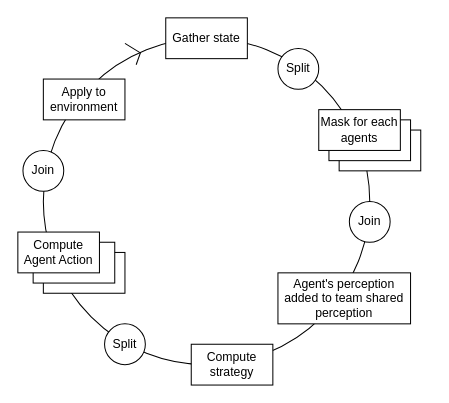
The draw.io diagram Documentation/application_cycle.drawio in kalharko/pAIcman, before the edit. Source tidied: cells renumbered, new cells numbered last; positions are measured from the earlier drawing's top-left corner, leaving out a move shared by most shapes. Both pictures are drawn from the tidied source at 102%, with x=0, y=0 at pixel (17, 17).
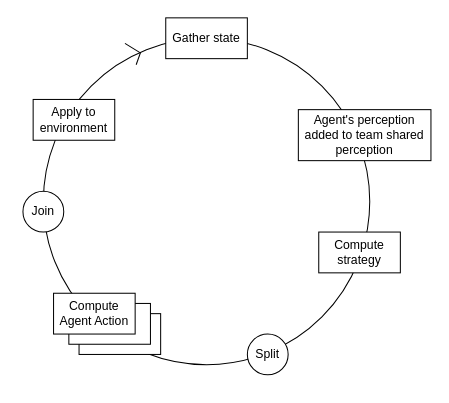
Above is the later version.

Change to the diagram source:
```diff
@@
-    <mxCell id="3" value="&lt;div&gt;Join&lt;/div&gt;" style="ellipse;whiteSpace=wrap;html=1;" parent="1" vertex="1">
-      <mxGeometry x="325" y="180" width="40" height="40" as="geometry" />
-    </mxCell>
@@
     <mxCell id="5" value="&lt;div&gt;Join&lt;/div&gt;" style="ellipse;whiteSpace=wrap;html=1;" parent="1" vertex="1">
-      <mxGeometry x="5" y="130" width="40" height="40" as="geometry" />
+      <mxGeometry x="5" y="170" width="40" height="40" as="geometry" />
     </mxCell>
     <mxCell id="6" value="Apply to environment" style="rounded=0;whiteSpace=wrap;html=1;" parent="1" vertex="1">
-      <mxGeometry x="25" y="60" width="80" height="40" as="geometry" />
+      <mxGeometry x="15" y="80" width="80" height="40" as="geometry" />
     </mxCell>
     <mxCell id="7" value="Compute strategy" style="rounded=0;whiteSpace=wrap;html=1;" parent="1" vertex="1">
-      <mxGeometry x="170" y="320" width="80" height="40" as="geometry" />
+      <mxGeometry x="295" y="210" width="80" height="40" as="geometry" />
     </mxCell>
@@
-    <mxCell id="10" style="rounded=0;whiteSpace=wrap;html=1;" parent="1" vertex="1">
-      <mxGeometry x="315" y="110" width="80" height="40" as="geometry" />
-    </mxCell>
-    <mxCell id="11" style="rounded=0;whiteSpace=wrap;html=1;" parent="1" vertex="1">
-      <mxGeometry x="305" y="100" width="80" height="40" as="geometry" />
-    </mxCell>
-    <mxCell id="12" value="Mask for each agents" style="rounded=0;whiteSpace=wrap;html=1;" parent="1" vertex="1">
-      <mxGeometry x="295" y="90" width="80" height="40" as="geometry" />
-    </mxCell>
     <mxCell id="13" style="rounded=0;whiteSpace=wrap;html=1;" parent="1" vertex="1">
-      <mxGeometry x="25" y="230" width="80" height="40" as="geometry" />
+      <mxGeometry x="60" y="290" width="80" height="40" as="geometry" />
     </mxCell>
     <mxCell id="14" style="rounded=0;whiteSpace=wrap;html=1;" parent="1" vertex="1">
-      <mxGeometry x="15" y="220" width="80" height="40" as="geometry" />
+      <mxGeometry x="50" y="280" width="80" height="40" as="geometry" />
     </mxCell>
     <mxCell id="15" value="Compute Agent Action" style="rounded=0;whiteSpace=wrap;html=1;" parent="1" vertex="1">
-      <mxGeometry y="210" width="80" height="40" as="geometry" />
+      <mxGeometry x="35" y="270" width="80" height="40" as="geometry" />
     </mxCell>
     <mxCell id="16" value="Split" style="ellipse;whiteSpace=wrap;html=1;" parent="1" vertex="1">
-      <mxGeometry x="85" y="300" width="40" height="40" as="geometry" />
+      <mxGeometry x="225" y="310" width="40" height="40" as="geometry" />
     </mxCell>
-    <mxCell id="17" value="Split" style="ellipse;whiteSpace=wrap;html=1;" parent="1" vertex="1">
-      <mxGeometry x="255" y="30" width="40" height="40" as="geometry" />
-    </mxCell>
     <mxCell id="18" value="Agent's perception added to team shared perception" style="rounded=0;whiteSpace=wrap;html=1;" parent="1" vertex="1">
-      <mxGeometry x="255" y="250" width="130" height="50" as="geometry" />
+      <mxGeometry x="275" y="90" width="130" height="50" as="geometry" />
     </mxCell>
```
